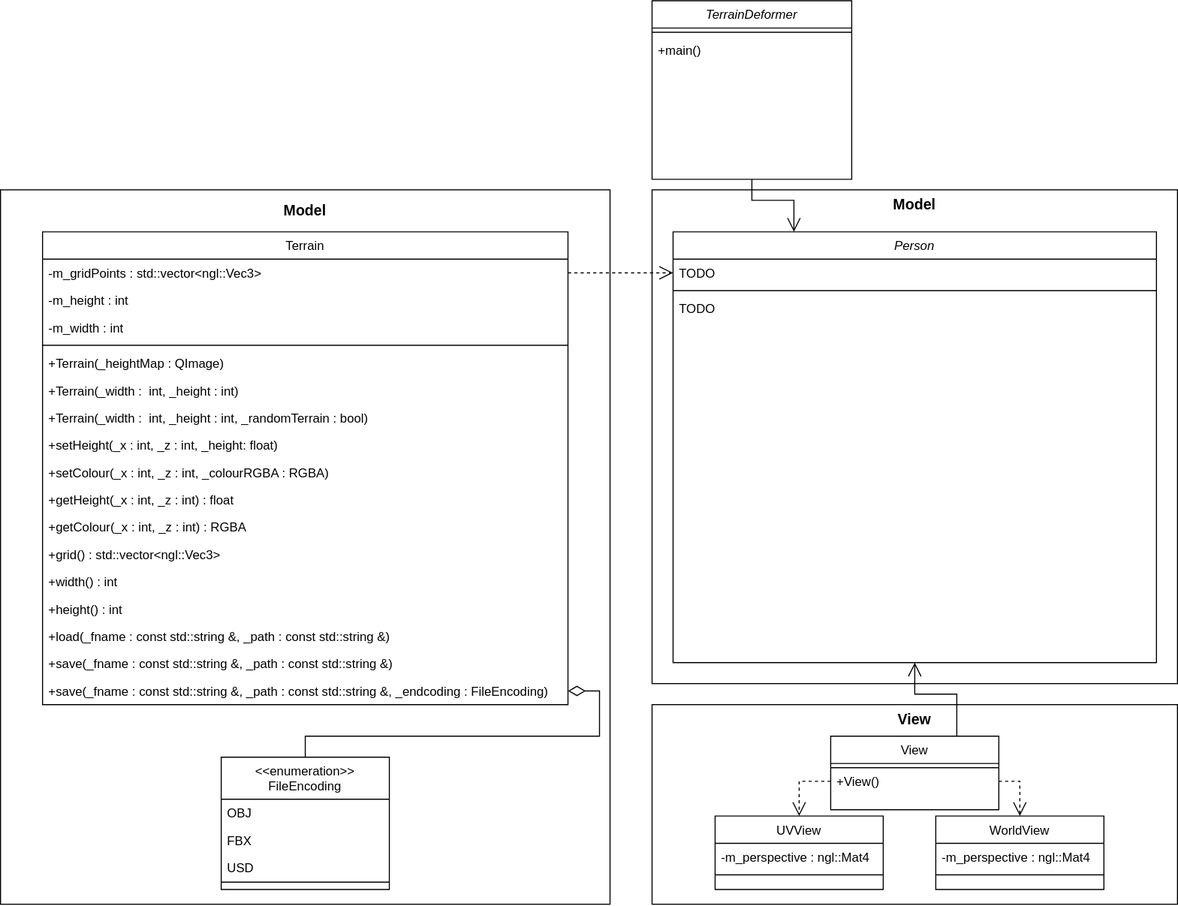
Olluo/geometry-clipmaps-demo keeps this draw.io diagram as img/ase_class_diagram.svg. Above is the earlier version. Source tidied: cells renumbered, new cells last; positions are measured from the earlier drawing's top-left corner, leaving out a move shared by most shapes.
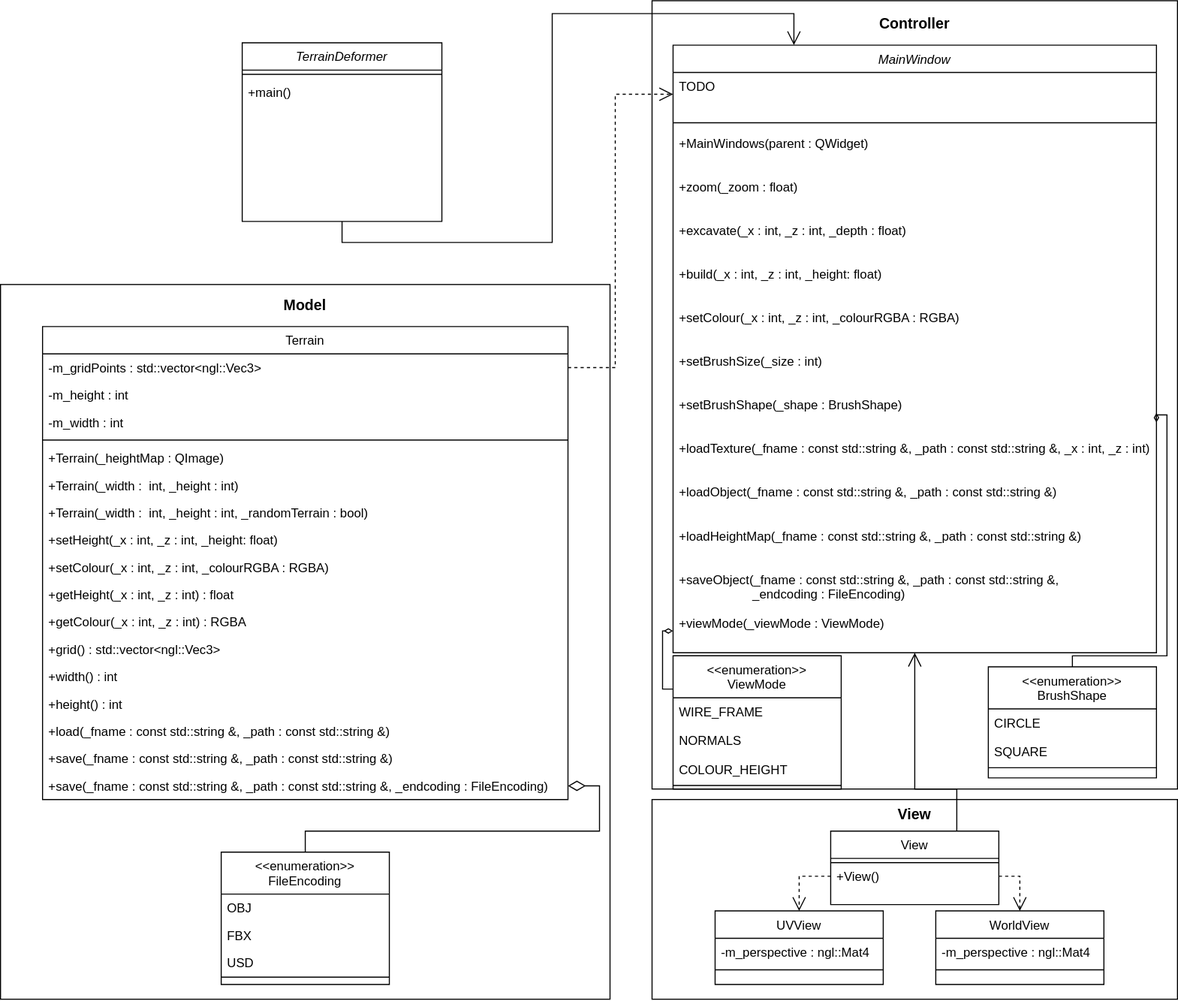
Later version of the same file.

Commit message:
Finished UML

Diff of the diagram source:
```diff
@@ -2,5 +2,5 @@
   <root>
-    <mxCell id="0" />
-    <mxCell id="1" parent="0" />
+    <mxCell id="56" />
+    <mxCell id="57" parent="56" />
-    <mxCell id="2" style="group;" parent="1" vertex="1">
+    <mxCell id="2" style="group;" parent="57" vertex="1">
       <mxGeometry y="180" width="580" height="680" as="geometry" />
@@ -13,24 +13,101 @@
     </mxCell>
-    <mxCell id="5" style="group;" parent="1" vertex="1">
-      <mxGeometry x="620" y="180" width="500" height="470" as="geometry" />
-    </mxCell>
-    <mxCell id="6" style="rounded=0;whiteSpace=wrap;html=1;fillColor=none;" parent="5" vertex="1">
-      <mxGeometry width="500" height="470" as="geometry" />
-    </mxCell>
-    <mxCell id="7" value="Model" style="text;html=1;strokeColor=none;fillColor=none;align=center;verticalAlign=middle;whiteSpace=wrap;rounded=0;fontSize=14;fontStyle=1;" parent="5" vertex="1">
-      <mxGeometry x="224.1" y="6.9" width="51.7" height="13.8" as="geometry" />
-    </mxCell>
-    <mxCell id="8" value="Person" style="swimlane;fontStyle=2;align=center;verticalAlign=top;horizontal=1;startSize=26;rounded=0;shadow=0;strokeWidth=1;" parent="5" vertex="1">
-      <mxGeometry x="20" y="40" width="460" height="410" as="geometry" />
-    </mxCell>
-    <mxCell id="9" value="TODO" style="text;align=left;verticalAlign=top;spacingLeft=4;spacingRight=4;overflow=hidden;points=[[0,0.5],[1,0.5]];portConstraint=eastwest;" parent="8" vertex="1">
-      <mxGeometry y="26" width="460" height="26" as="geometry" />
-    </mxCell>
-    <mxCell id="10" style="line;html=1;strokeWidth=1;align=left;verticalAlign=middle;spacingTop=-1;spacingLeft=3;spacingRight=3;labelPosition=right;" parent="8" vertex="1">
-      <mxGeometry y="52" width="460" height="8" as="geometry" />
-    </mxCell>
-    <mxCell id="11" value="TODO" style="text;align=left;verticalAlign=top;spacingLeft=4;spacingRight=4;overflow=hidden;" parent="8" vertex="1">
-      <mxGeometry y="60" width="460" height="26" as="geometry" />
-    </mxCell>
+    <mxCell id="58" style="group;" parent="57" vertex="1">
+      <mxGeometry x="620" y="-90" width="500" height="750" as="geometry" />
+    </mxCell>
+    <mxCell id="59" style="rounded=0;whiteSpace=wrap;html=1;fillColor=none;" parent="58" vertex="1">
+      <mxGeometry width="500" height="750" as="geometry" />
+    </mxCell>
+    <mxCell id="60" value="Controller" style="text;html=1;strokeColor=none;fillColor=none;align=center;verticalAlign=middle;whiteSpace=wrap;rounded=0;fontSize=14;fontStyle=1;" parent="58" vertex="1">
+      <mxGeometry x="224.1" y="11" width="51.7" height="22.1" as="geometry" />
+    </mxCell>
+    <mxCell id="61" value="MainWindow" style="swimlane;fontStyle=2;align=center;verticalAlign=top;horizontal=1;startSize=26;rounded=0;shadow=0;strokeWidth=1;" parent="58" vertex="1">
+      <mxGeometry x="20" y="42.2" width="460" height="578.1" as="geometry" />
+    </mxCell>
+    <mxCell id="62" value="TODO" style="text;align=left;verticalAlign=top;spacingLeft=4;spacingRight=4;overflow=hidden;points=[[0,0.5],[1,0.5]];portConstraint=eastwest;" parent="61" vertex="1">
+      <mxGeometry y="26" width="460" height="41.5" as="geometry" />
+    </mxCell>
+    <mxCell id="63" style="line;html=1;strokeWidth=1;align=left;verticalAlign=middle;spacingTop=-1;spacingLeft=3;spacingRight=3;labelPosition=right;" parent="61" vertex="1">
+      <mxGeometry y="67.5" width="460" height="12.8" as="geometry" />
+    </mxCell>
+    <mxCell id="64" value="+MainWindows(parent : QWidget)" style="text;align=left;verticalAlign=top;spacingLeft=4;spacingRight=4;overflow=hidden;" parent="61" vertex="1">
+      <mxGeometry y="80.3" width="460" height="41.5" as="geometry" />
+    </mxCell>
+    <mxCell id="65" value="+zoom(_zoom : float)" style="text;align=left;verticalAlign=top;spacingLeft=4;spacingRight=4;overflow=hidden;" parent="61" vertex="1">
+      <mxGeometry y="121.7" width="460" height="41.5" as="geometry" />
+    </mxCell>
+    <mxCell id="66" value="+excavate(_x : int, _z : int, _depth : float)" style="text;align=left;verticalAlign=top;spacingLeft=4;spacingRight=4;overflow=hidden;" parent="61" vertex="1">
+      <mxGeometry y="163.2" width="460" height="41.5" as="geometry" />
+    </mxCell>
+    <mxCell id="67" value="+build(_x : int, _z : int, _height: float)" style="text;align=left;verticalAlign=top;spacingLeft=4;spacingRight=4;overflow=hidden;" parent="61" vertex="1">
+      <mxGeometry y="204.7" width="460" height="41.5" as="geometry" />
+    </mxCell>
+    <mxCell id="68" value="+setColour(_x : int, _z : int, _colourRGBA : RGBA)" style="text;align=left;verticalAlign=top;spacingLeft=4;spacingRight=4;overflow=hidden;" parent="61" vertex="1">
+      <mxGeometry y="246.2" width="460" height="41.5" as="geometry" />
+    </mxCell>
+    <mxCell id="69" value="+setBrushSize(_size : int)" style="text;align=left;verticalAlign=top;spacingLeft=4;spacingRight=4;overflow=hidden;" parent="61" vertex="1">
+      <mxGeometry y="287.7" width="460" height="41.5" as="geometry" />
+    </mxCell>
+    <mxCell id="70" value="+setBrushShape(_shape : BrushShape)" style="text;align=left;verticalAlign=top;spacingLeft=4;spacingRight=4;overflow=hidden;points=[[0,0.5],[1,0.5]];portConstraint=eastwest;" parent="61" vertex="1">
+      <mxGeometry y="329.2" width="460" height="41.5" as="geometry" />
+    </mxCell>
+    <mxCell id="71" value="+loadTexture(_fname : const std::string &amp;, _path : const std::string &amp;, _x : int, _z : int)" style="text;align=left;verticalAlign=top;spacingLeft=4;spacingRight=4;overflow=hidden;" parent="61" vertex="1">
+      <mxGeometry y="370.7" width="460" height="41.5" as="geometry" />
+    </mxCell>
+    <mxCell id="72" value="+loadObject(_fname : const std::string &amp;, _path : const std::string &amp;)" style="text;align=left;verticalAlign=top;spacingLeft=4;spacingRight=4;overflow=hidden;" parent="61" vertex="1">
+      <mxGeometry y="412.2" width="460" height="41.5" as="geometry" />
+    </mxCell>
+    <mxCell id="73" value="+loadHeightMap(_fname : const std::string &amp;, _path : const std::string &amp;)" style="text;align=left;verticalAlign=top;spacingLeft=4;spacingRight=4;overflow=hidden;" parent="61" vertex="1">
+      <mxGeometry y="453.7" width="460" height="41.5" as="geometry" />
+    </mxCell>
+    <mxCell id="74" value="+saveObject(_fname : const std::string &amp;, _path : const std::string &amp;,&#10;                     _endcoding : FileEncoding)" style="text;align=left;verticalAlign=top;spacingLeft=4;spacingRight=4;overflow=hidden;" parent="61" vertex="1">
+      <mxGeometry y="495.1" width="460" height="41.5" as="geometry" />
+    </mxCell>
+    <mxCell id="75" value="+viewMode(_viewMode : ViewMode)" style="text;align=left;verticalAlign=top;spacingLeft=4;spacingRight=4;overflow=hidden;points=[[0,0.5],[1,0.5]];portConstraint=eastwest;" parent="61" vertex="1">
+      <mxGeometry y="536.6" width="460" height="41.5" as="geometry" />
+    </mxCell>
+    <mxCell id="76" value="&lt;&lt;enumeration&gt;&gt;&#10;BrushShape" style="swimlane;fontStyle=0;align=center;verticalAlign=top;horizontal=1;startSize=40;rounded=0;shadow=0;strokeWidth=1;" parent="58" vertex="1">
+      <mxGeometry x="320" y="633.8" width="160" height="105.6" as="geometry" />
+    </mxCell>
+    <mxCell id="77" value="CIRCLE" style="text;align=left;verticalAlign=top;spacingLeft=4;spacingRight=4;overflow=hidden;" parent="76" vertex="1">
+      <mxGeometry y="40" width="160" height="27.5" as="geometry" />
+    </mxCell>
+    <mxCell id="78" value="SQUARE" style="text;align=left;verticalAlign=top;spacingLeft=4;spacingRight=4;overflow=hidden;" parent="76" vertex="1">
+      <mxGeometry y="67.5" width="160" height="27.5" as="geometry" />
+    </mxCell>
+    <mxCell id="79" style="line;html=1;strokeWidth=1;align=left;verticalAlign=middle;spacingTop=-1;spacingLeft=3;spacingRight=3;labelPosition=right;" parent="76" vertex="1">
+      <mxGeometry y="94.9" width="160" height="2.1" as="geometry" />
+    </mxCell>
+    <mxCell id="80" style="edgeStyle=orthogonalEdgeStyle;rounded=0;jettySize=auto;html=1;exitX=1;exitY=0.5;exitDx=0;exitDy=0;entryX=0.5;entryY=0;entryDx=0;entryDy=0;endArrow=none;endFill=0;startArrow=diamondThin;startFill=0;" parent="58" edge="1" source="70" target="76">
+      <mxGeometry relative="1" as="geometry">
+        <Array as="points">
+          <mxPoint x="490" y="394" />
+          <mxPoint x="490" y="623.2" />
+          <mxPoint x="400" y="623.2" />
+        </Array>
+      </mxGeometry>
+    </mxCell>
+    <mxCell id="81" value="&lt;&lt;enumeration&gt;&gt;&#10;ViewMode" style="swimlane;fontStyle=0;align=center;verticalAlign=top;horizontal=1;startSize=40;rounded=0;shadow=0;strokeWidth=1;" parent="58" vertex="1">
+      <mxGeometry x="20" y="623.2" width="160" height="126.8" as="geometry" />
+    </mxCell>
+    <mxCell id="82" value="WIRE_FRAME" style="text;align=left;verticalAlign=top;spacingLeft=4;spacingRight=4;overflow=hidden;" parent="81" vertex="1">
+      <mxGeometry y="40" width="160" height="27.5" as="geometry" />
+    </mxCell>
+    <mxCell id="83" value="NORMALS" style="text;align=left;verticalAlign=top;spacingLeft=4;spacingRight=4;overflow=hidden;" parent="81" vertex="1">
+      <mxGeometry y="67.5" width="160" height="27.5" as="geometry" />
+    </mxCell>
+    <mxCell id="84" value="COLOUR_HEIGHT" style="text;align=left;verticalAlign=top;spacingLeft=4;spacingRight=4;overflow=hidden;" parent="81" vertex="1">
+      <mxGeometry y="94.9" width="160" height="27.5" as="geometry" />
+    </mxCell>
+    <mxCell id="85" style="line;html=1;strokeWidth=1;align=left;verticalAlign=middle;spacingTop=-1;spacingLeft=3;spacingRight=3;labelPosition=right;" parent="81" vertex="1">
+      <mxGeometry y="122.4" width="160" height="2.1" as="geometry" />
+    </mxCell>
+    <mxCell id="86" style="edgeStyle=orthogonalEdgeStyle;rounded=0;jettySize=auto;html=1;exitX=0;exitY=0.5;exitDx=0;exitDy=0;entryX=0;entryY=0.25;entryDx=0;entryDy=0;startArrow=diamondThin;startFill=0;endArrow=none;endFill=0;" parent="58" edge="1" source="75" target="81">
+      <mxGeometry relative="1" as="geometry">
+        <Array as="points">
+          <mxPoint x="10" y="600" />
+          <mxPoint x="10" y="655" />
+        </Array>
+      </mxGeometry>
+    </mxCell>
-    <mxCell id="12" value="Terrain" style="swimlane;fontStyle=0;align=center;verticalAlign=top;horizontal=1;startSize=26;rounded=0;shadow=0;strokeWidth=1;" parent="1" vertex="1">
+    <mxCell id="12" value="Terrain" style="swimlane;fontStyle=0;align=center;verticalAlign=top;horizontal=1;startSize=26;rounded=0;shadow=0;strokeWidth=1;" parent="57" vertex="1">
       <mxGeometry x="40" y="220" width="500" height="450" as="geometry" />
@@ -88,3 +165,3 @@
     </mxCell>
-    <mxCell id="30" value="&lt;&lt;enumeration&gt;&gt;&#10;FileEncoding" style="swimlane;fontStyle=0;align=center;verticalAlign=top;horizontal=1;startSize=40;rounded=0;shadow=0;strokeWidth=1;" parent="1" vertex="1">
+    <mxCell id="30" value="&lt;&lt;enumeration&gt;&gt;&#10;FileEncoding" style="swimlane;fontStyle=0;align=center;verticalAlign=top;horizontal=1;startSize=40;rounded=0;shadow=0;strokeWidth=1;" parent="57" vertex="1">
       <mxGeometry x="210" y="720" width="160" height="126" as="geometry" />
@@ -103,6 +180,6 @@
     </mxCell>
-    <mxCell id="35" style="edgeStyle=orthogonalEdgeStyle;rounded=0;jettySize=auto;html=1;exitX=1;exitY=0.5;exitDx=0;exitDy=0;entryX=0.5;entryY=0;entryDx=0;entryDy=0;startArrow=diamondThin;startFill=0;endArrow=none;endFill=0;strokeWidth=1;jumpSize=10;endSize=11;startSize=14;" parent="1" edge="1" source="29" target="30">
+    <mxCell id="35" style="edgeStyle=orthogonalEdgeStyle;rounded=0;jettySize=auto;html=1;exitX=1;exitY=0.5;exitDx=0;exitDy=0;entryX=0.5;entryY=0;entryDx=0;entryDy=0;startArrow=diamondThin;startFill=0;endArrow=none;endFill=0;strokeWidth=1;jumpSize=10;endSize=11;startSize=14;" parent="57" edge="1" source="29" target="30">
       <mxGeometry relative="1" as="geometry" />
     </mxCell>
-    <mxCell id="36" style="group;" parent="1" vertex="1">
+    <mxCell id="36" style="group;" parent="57" vertex="1">
       <mxGeometry x="620" y="670" width="500" height="190" as="geometry" />
@@ -124,10 +201,10 @@
     </mxCell>
-    <mxCell id="42" style="edgeStyle=orthogonalEdgeStyle;rounded=0;jumpSize=13;jettySize=auto;html=1;exitX=1;exitY=0.5;exitDx=0;exitDy=0;entryX=0;entryY=0.5;entryDx=0;entryDy=0;startArrow=none;startFill=0;startSize=14;endArrow=open;endFill=0;endSize=11;strokeWidth=1;fontSize=14;dashed=1;" parent="1" edge="1" source="13" target="9">
-      <mxGeometry relative="1" as="geometry" />
-    </mxCell>
-    <mxCell id="43" style="edgeStyle=orthogonalEdgeStyle;rounded=0;jumpSize=13;jettySize=auto;html=1;exitX=0.5;exitY=1;exitDx=0;exitDy=0;entryX=0.25;entryY=0;entryDx=0;entryDy=0;startArrow=none;startFill=0;startSize=14;endArrow=open;endFill=0;endSize=11;strokeWidth=1;fontSize=14;" parent="1" edge="1" source="44" target="8">
-      <mxGeometry relative="1" as="geometry" />
-    </mxCell>
+    <mxCell id="87" style="edgeStyle=orthogonalEdgeStyle;rounded=0;jumpSize=13;jettySize=auto;html=1;exitX=1;exitY=0.5;exitDx=0;exitDy=0;entryX=0;entryY=0.5;entryDx=0;entryDy=0;startArrow=none;startFill=0;startSize=14;endArrow=open;endFill=0;endSize=11;strokeWidth=1;fontSize=14;dashed=1;" parent="57" edge="1" source="13" target="62">
+      <mxGeometry relative="1" as="geometry" />
+    </mxCell>
+    <mxCell id="88" style="edgeStyle=orthogonalEdgeStyle;rounded=0;jumpSize=13;jettySize=auto;html=1;exitX=0.5;exitY=1;exitDx=0;exitDy=0;entryX=0.25;entryY=0;entryDx=0;entryDy=0;startArrow=none;startFill=0;startSize=14;endArrow=open;endFill=0;endSize=11;strokeWidth=1;fontSize=14;" parent="57" edge="1" source="44" target="61">
+      <mxGeometry relative="1" as="geometry" />
+    </mxCell>
-    <mxCell id="44" value="TerrainDeformer" style="swimlane;fontStyle=2;align=center;verticalAlign=top;horizontal=1;startSize=26;rounded=0;shadow=0;strokeWidth=1;" parent="1" vertex="1">
-      <mxGeometry x="620" width="190" height="170" as="geometry" />
+    <mxCell id="44" value="TerrainDeformer" style="swimlane;fontStyle=2;align=center;verticalAlign=top;horizontal=1;startSize=26;rounded=0;shadow=0;strokeWidth=1;" parent="57" vertex="1">
+      <mxGeometry x="230" y="-50" width="190" height="170" as="geometry" />
     </mxCell>
@@ -139,34 +216,34 @@
     </mxCell>
-    <mxCell id="47" value="UVView" style="swimlane;fontStyle=0;align=center;verticalAlign=top;horizontal=1;startSize=26;rounded=0;shadow=0;strokeWidth=1;" parent="1" vertex="1">
+    <mxCell id="47" value="UVView" style="swimlane;fontStyle=0;align=center;verticalAlign=top;horizontal=1;startSize=26;rounded=0;shadow=0;strokeWidth=1;" parent="57" vertex="1">
       <mxGeometry x="680" y="776" width="160" height="70" as="geometry" />
     </mxCell>
-    <mxCell id="48" value="-m_perspective : ngl::Mat4" style="text;align=left;verticalAlign=top;spacingLeft=4;spacingRight=4;overflow=hidden;" parent="47" vertex="1">
-      <mxGeometry y="26" width="160" height="26" as="geometry" />
-    </mxCell>
-    <mxCell id="49" style="line;html=1;strokeWidth=1;align=left;verticalAlign=middle;spacingTop=-1;spacingLeft=3;spacingRight=3;labelPosition=right;" parent="47" vertex="1">
-      <mxGeometry y="52" width="160" height="8" as="geometry" />
-    </mxCell>
+    <mxCell id="89" value="-m_perspective : ngl::Mat4" style="text;align=left;verticalAlign=top;spacingLeft=4;spacingRight=4;overflow=hidden;" parent="47" vertex="1">
+      <mxGeometry y="26" width="160" height="26" as="geometry" />
+    </mxCell>
+    <mxCell id="90" style="line;html=1;strokeWidth=1;align=left;verticalAlign=middle;spacingTop=-1;spacingLeft=3;spacingRight=3;labelPosition=right;" parent="47" vertex="1">
+      <mxGeometry y="52" width="160" height="8" as="geometry" />
+    </mxCell>
-    <mxCell id="50" value="WorldView" style="swimlane;fontStyle=0;align=center;verticalAlign=top;horizontal=1;startSize=26;rounded=0;shadow=0;strokeWidth=1;" parent="1" vertex="1">
+    <mxCell id="50" value="WorldView" style="swimlane;fontStyle=0;align=center;verticalAlign=top;horizontal=1;startSize=26;rounded=0;shadow=0;strokeWidth=1;" parent="57" vertex="1">
       <mxGeometry x="890" y="776" width="160" height="70" as="geometry" />
     </mxCell>
-    <mxCell id="51" value="-m_perspective : ngl::Mat4" style="text;align=left;verticalAlign=top;spacingLeft=4;spacingRight=4;overflow=hidden;" parent="50" vertex="1">
-      <mxGeometry y="26" width="160" height="26" as="geometry" />
-    </mxCell>
-    <mxCell id="52" style="line;html=1;strokeWidth=1;align=left;verticalAlign=middle;spacingTop=-1;spacingLeft=3;spacingRight=3;labelPosition=right;" parent="50" vertex="1">
-      <mxGeometry y="52" width="160" height="8" as="geometry" />
-    </mxCell>
+    <mxCell id="91" value="-m_perspective : ngl::Mat4" style="text;align=left;verticalAlign=top;spacingLeft=4;spacingRight=4;overflow=hidden;" parent="50" vertex="1">
+      <mxGeometry y="26" width="160" height="26" as="geometry" />
+    </mxCell>
+    <mxCell id="92" style="line;html=1;strokeWidth=1;align=left;verticalAlign=middle;spacingTop=-1;spacingLeft=3;spacingRight=3;labelPosition=right;" parent="50" vertex="1">
+      <mxGeometry y="52" width="160" height="8" as="geometry" />
+    </mxCell>
-    <mxCell id="53" style="edgeStyle=orthogonalEdgeStyle;rounded=0;jumpSize=13;jettySize=auto;html=1;exitX=0;exitY=0.5;exitDx=0;exitDy=0;entryX=0.5;entryY=0;entryDx=0;entryDy=0;startArrow=none;startFill=0;startSize=14;endArrow=open;endFill=0;endSize=11;strokeWidth=1;fontSize=14;dashed=1;" parent="1" edge="1" source="41" target="47">
+    <mxCell id="53" style="edgeStyle=orthogonalEdgeStyle;rounded=0;jumpSize=13;jettySize=auto;html=1;exitX=0;exitY=0.5;exitDx=0;exitDy=0;entryX=0.5;entryY=0;entryDx=0;entryDy=0;startArrow=none;startFill=0;startSize=14;endArrow=open;endFill=0;endSize=11;strokeWidth=1;fontSize=14;dashed=1;" parent="57" edge="1" source="41" target="47">
       <mxGeometry relative="1" as="geometry" />
     </mxCell>
-    <mxCell id="54" style="edgeStyle=orthogonalEdgeStyle;rounded=0;jumpSize=13;jettySize=auto;html=1;exitX=1;exitY=0.5;exitDx=0;exitDy=0;entryX=0.5;entryY=0;entryDx=0;entryDy=0;startArrow=none;startFill=0;startSize=14;endArrow=open;endFill=0;endSize=11;strokeWidth=1;fontSize=14;dashed=1;" parent="1" edge="1" source="41" target="50">
+    <mxCell id="54" style="edgeStyle=orthogonalEdgeStyle;rounded=0;jumpSize=13;jettySize=auto;html=1;exitX=1;exitY=0.5;exitDx=0;exitDy=0;entryX=0.5;entryY=0;entryDx=0;entryDy=0;startArrow=none;startFill=0;startSize=14;endArrow=open;endFill=0;endSize=11;strokeWidth=1;fontSize=14;dashed=1;" parent="57" edge="1" source="41" target="50">
       <mxGeometry relative="1" as="geometry" />
     </mxCell>
-    <mxCell id="55" style="edgeStyle=orthogonalEdgeStyle;rounded=0;jumpSize=13;jettySize=auto;html=1;exitX=0.75;exitY=0;exitDx=0;exitDy=0;entryX=0.5;entryY=1;entryDx=0;entryDy=0;startArrow=none;startFill=0;startSize=14;endArrow=open;endFill=0;endSize=11;strokeWidth=1;fontSize=14;" parent="1" edge="1" source="39" target="8">
-      <mxGeometry relative="1" as="geometry">
-        <Array as="points">
-          <mxPoint x="910" y="660" />
-          <mxPoint x="870" y="660" />
-        </Array>
-      </mxGeometry>
-    </mxCell>
+    <mxCell id="93" style="edgeStyle=orthogonalEdgeStyle;rounded=0;jumpSize=13;jettySize=auto;html=1;exitX=0.75;exitY=0;exitDx=0;exitDy=0;entryX=0.5;entryY=1;entryDx=0;entryDy=0;startArrow=none;startFill=0;startSize=14;endArrow=open;endFill=0;endSize=11;strokeWidth=1;fontSize=14;" parent="57" edge="1" source="39" target="61">
+      <mxGeometry relative="1" as="geometry">
+        <Array as="points">
+          <mxPoint x="910" y="660" />
+          <mxPoint x="870" y="660" />
+        </Array>
+      </mxGeometry>
+    </mxCell>
   </root>
```
